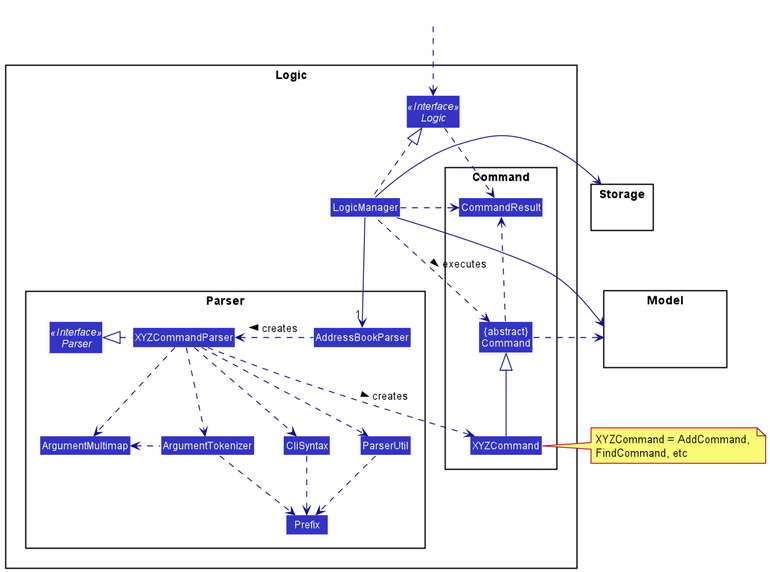
Earlier version of the PlantUML export docs/images/LogicClassDiagram.png (nus-cs2103-AY2021S2/tp).
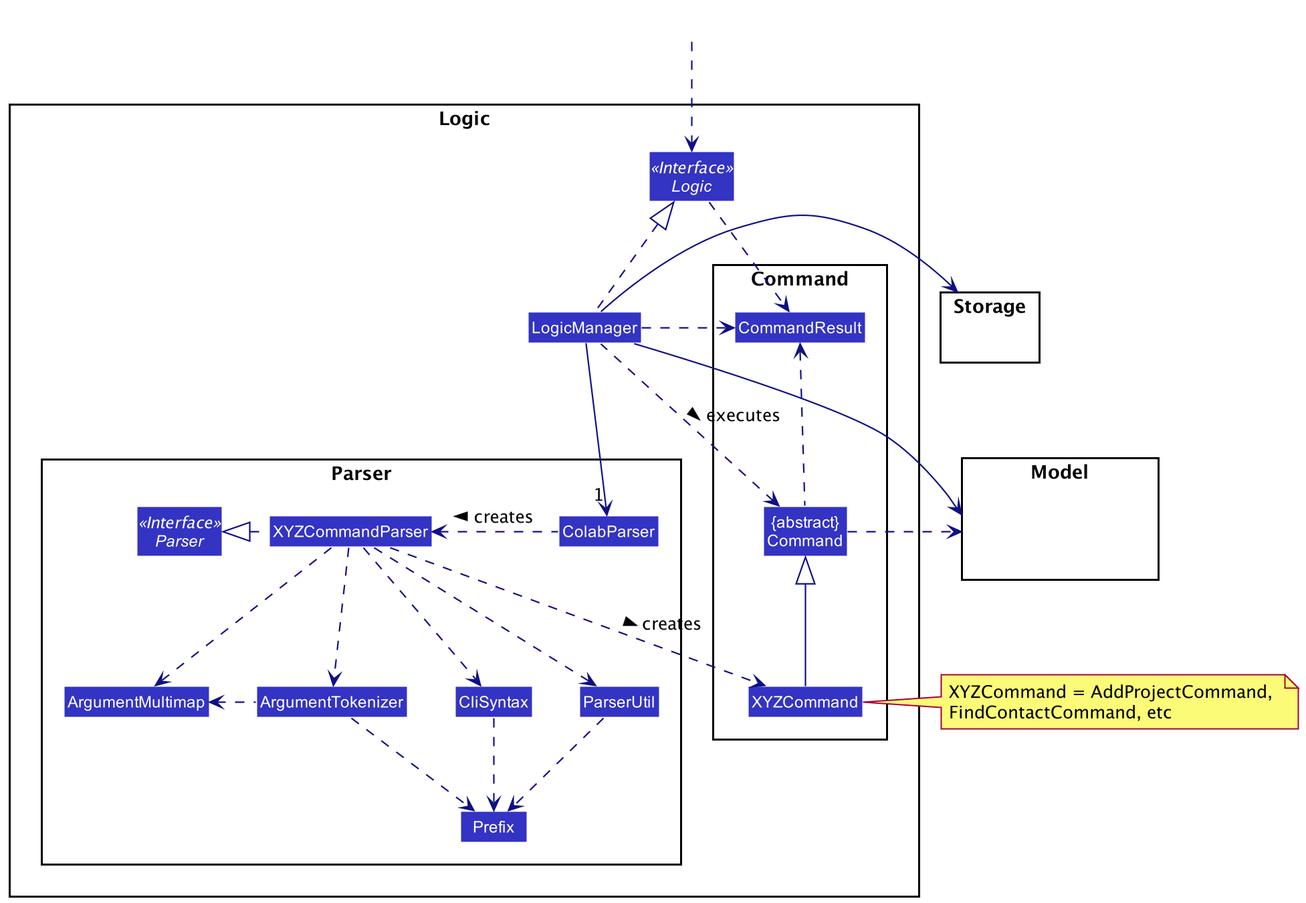
After the commit.

Commit message:
Update architecture section of DG

What changed in the source:
```diff
@@ -8,7 +8,7 @@
 
 package Parser {
 Interface Parser <<Interface>>
-Class AddressBookParser
+Class ColabParser
 Class XYZCommandParser
 Class CliSyntax
 Class ParserUtil
@@ -39,8 +39,8 @@
 HiddenOutside ..> Logic
 
 LogicManager .up.|> Logic
-LogicManager -->"1" AddressBookParser
-AddressBookParser .left.> XYZCommandParser: creates >
+LogicManager -->"1" ColabParser
+ColabParser .left.> XYZCommandParser: creates >
 
 XYZCommandParser ..> XYZCommand : creates >
 XYZCommandParser .left.|> Parser
@@ -60,7 +60,7 @@
 Storage --[hidden] Model
 Command .[hidden]up.> Storage
 Command .right.> Model
-note right of XYZCommand: XYZCommand = AddCommand, \nFindCommand, etc
+note right of XYZCommand: XYZCommand = AddProjectCommand, \nFindContactCommand, etc
 
 Logic ..> CommandResult
 LogicManager .down.> CommandResult
```
